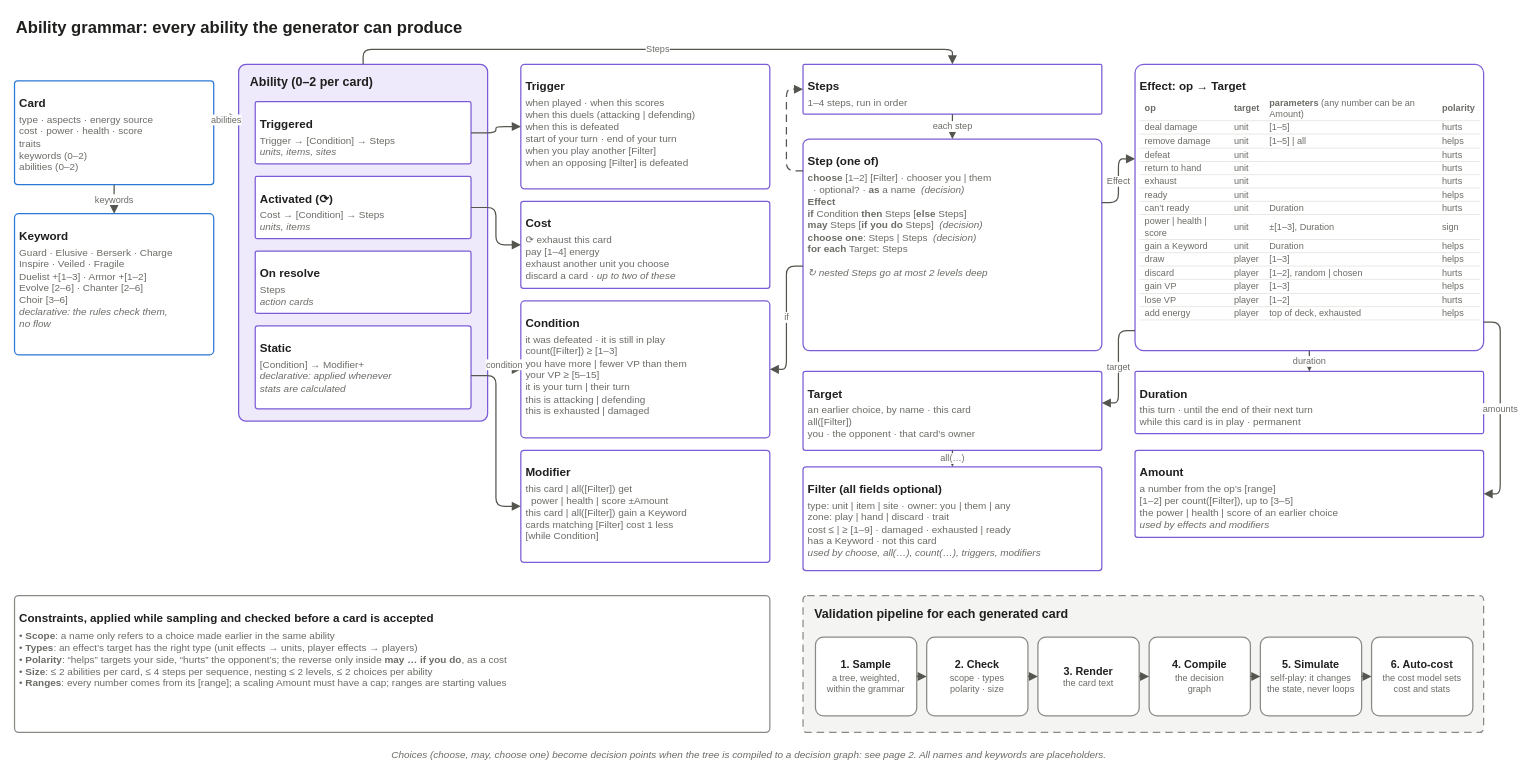
Before: page "ability_grammar" (3 of 3) of docs/architecture.drawio in mattdown/TCG-Project, a draw.io diagram. Source tidied: cells renumbered, new cells numbered last; positions are measured from the earlier drawing's top-left corner, leaving out a move shared by most shapes. Both pictures are drawn from the tidied source at 83%, with x=0, y=0 at pixel (14, 14).
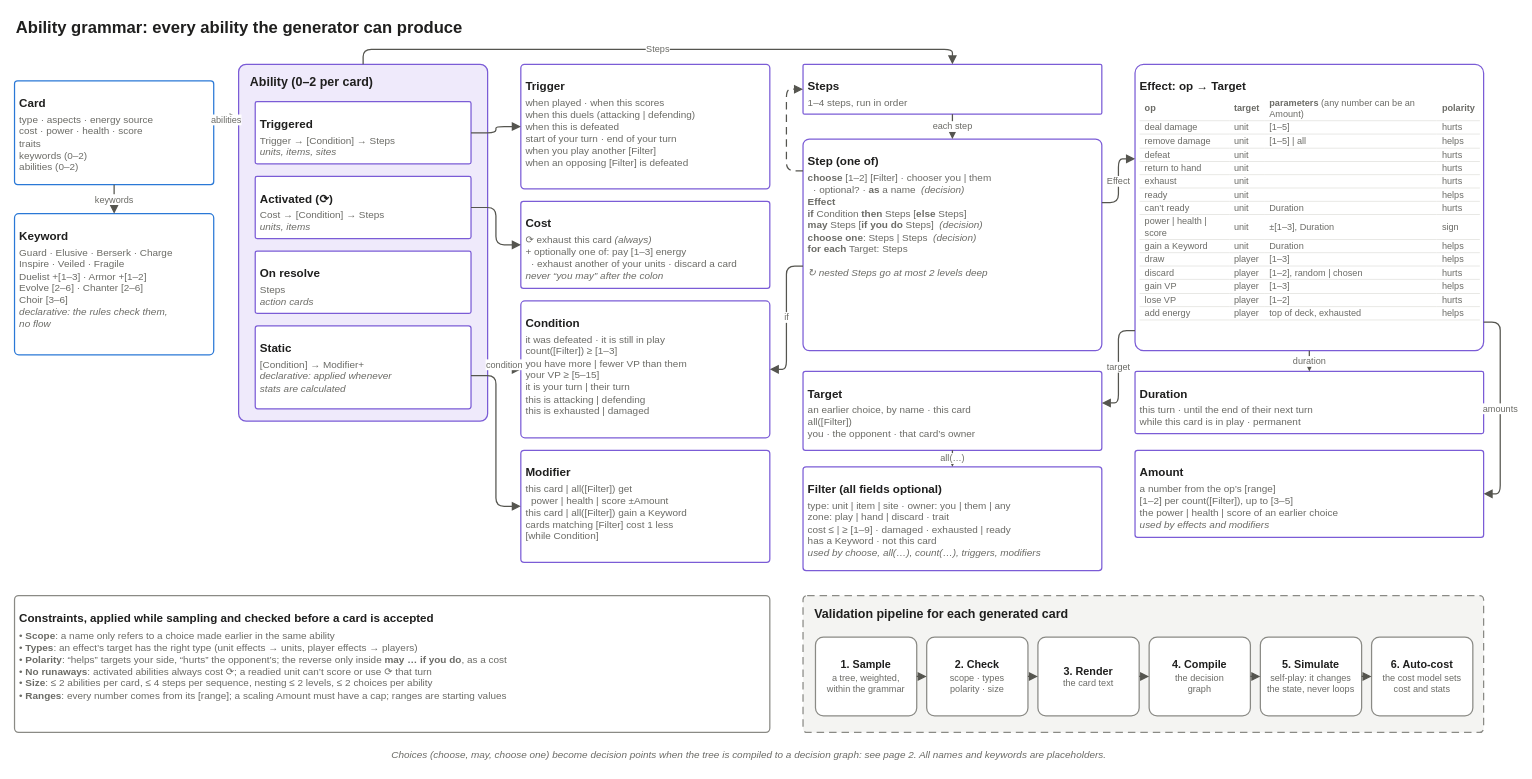
The same diagram, later.

Commit message (it also covers changes not shown here):
Add ability sampler, validator and card text renderer

Change to the diagram source:
```diff
@@
-    <mxCell id="13" value="&lt;b style=&quot;font-size:14px&quot;&gt;Cost&lt;/b&gt;&lt;br&gt;&lt;span style=&quot;font-size:12px;color:#6b6b66&quot;&gt;&lt;div style='text-align:left;margin-top:4px'&gt;⟳ exhaust this card&lt;br&gt;pay [1–4] energy&lt;br&gt;exhaust another unit you choose&lt;br&gt;discard a card · &lt;i&gt;up to two of these&lt;/i&gt;&lt;/div&gt;&lt;/span&gt;" style="rounded=1;arcSize=10;whiteSpace=wrap;html=1;fillColor=#ffffff;strokeColor=#7b5cd6;strokeWidth=1.5;fontFamily=Helvetica;fontSize=13;fontColor=#1f1f1e;spacing=6;align=left;verticalAlign=top;arcSize=3;spacingTop=8;" parent="1" vertex="1">
+    <mxCell id="13" value="&lt;b style=&quot;font-size:14px&quot;&gt;Cost&lt;/b&gt;&lt;br&gt;&lt;span style=&quot;font-size:12px;color:#6b6b66&quot;&gt;&lt;div style='text-align:left;margin-top:4px'&gt;⟳ exhaust this card &lt;i&gt;(always)&lt;/i&gt;&lt;br&gt;+ optionally one of: pay [1–3] energy&lt;br&gt;&amp;nbsp;&amp;nbsp;· exhaust another of your units · discard a card&lt;br&gt;&lt;i&gt;never “you may” after the colon&lt;/i&gt;&lt;/div&gt;&lt;/span&gt;" style="rounded=1;arcSize=10;whiteSpace=wrap;html=1;fillColor=#ffffff;strokeColor=#7b5cd6;strokeWidth=1.5;fontFamily=Helvetica;fontSize=13;fontColor=#1f1f1e;spacing=6;align=left;verticalAlign=top;arcSize=3;spacingTop=8;" parent="1" vertex="1">
       <mxGeometry x="610" y="225" width="300" height="105" as="geometry" />
     </mxCell>
@@
-    <mxCell id="36" value="&lt;b style=&quot;font-size:14px&quot;&gt;Constraints, applied while sampling and checked before a card is accepted&lt;/b&gt;&lt;br&gt;&lt;span style=&quot;font-size:12px;color:#6b6b66&quot;&gt;&lt;div style='text-align:left;margin-top:6px'&gt;• &lt;b&gt;Scope&lt;/b&gt;: a name only refers to a choice made earlier in the same ability&lt;br&gt;• &lt;b&gt;Types&lt;/b&gt;: an effect’s target has the right type (unit effects → units, player effects → players)&lt;br&gt;• &lt;b&gt;Polarity&lt;/b&gt;: “helps” targets your side, “hurts” the opponent’s; the reverse only inside &lt;b&gt;may … if you do&lt;/b&gt;, as a cost&lt;br&gt;• &lt;b&gt;Size&lt;/b&gt;: ≤ 2 abilities per card, ≤ 4 steps per sequence, nesting ≤ 2 levels, ≤ 2 choices per ability&lt;br&gt;• &lt;b&gt;Ranges&lt;/b&gt;: every number comes from its [range]; a scaling Amount must have a cap; ranges are starting values&lt;/div&gt;&lt;/span&gt;" style="rounded=1;arcSize=10;whiteSpace=wrap;html=1;fillColor=#ffffff;strokeColor=#8a8a85;strokeWidth=1.5;fontFamily=Helvetica;fontSize=13;fontColor=#1f1f1e;spacing=6;align=left;verticalAlign=top;arcSize=3;spacingTop=8;" parent="1" vertex="1">
+    <mxCell id="36" value="&lt;b style=&quot;font-size:14px&quot;&gt;Constraints, applied while sampling and checked before a card is accepted&lt;/b&gt;&lt;br&gt;&lt;span style=&quot;font-size:12px;color:#6b6b66&quot;&gt;&lt;div style='text-align:left;margin-top:6px'&gt;• &lt;b&gt;Scope&lt;/b&gt;: a name only refers to a choice made earlier in the same ability&lt;br&gt;• &lt;b&gt;Types&lt;/b&gt;: an effect’s target has the right type (unit effects → units, player effects → players)&lt;br&gt;• &lt;b&gt;Polarity&lt;/b&gt;: “helps” targets your side, “hurts” the opponent’s; the reverse only inside &lt;b&gt;may … if you do&lt;/b&gt;, as a cost&lt;br&gt;• &lt;b&gt;No runaways&lt;/b&gt;: activated abilities always cost ⟳; a readied unit can’t score or use ⟳ that turn&lt;br&gt;• &lt;b&gt;Size&lt;/b&gt;: ≤ 2 abilities per card, ≤ 4 steps per sequence, nesting ≤ 2 levels, ≤ 2 choices per ability&lt;br&gt;• &lt;b&gt;Ranges&lt;/b&gt;: every number comes from its [range]; a scaling Amount must have a cap; ranges are starting values&lt;/div&gt;&lt;/span&gt;" style="rounded=1;arcSize=10;whiteSpace=wrap;html=1;fillColor=#ffffff;strokeColor=#8a8a85;strokeWidth=1.5;fontFamily=Helvetica;fontSize=13;fontColor=#1f1f1e;spacing=6;align=left;verticalAlign=top;arcSize=3;spacingTop=8;" parent="1" vertex="1">
       <mxGeometry y="700" width="910" height="165" as="geometry" />
     </mxCell>
```
